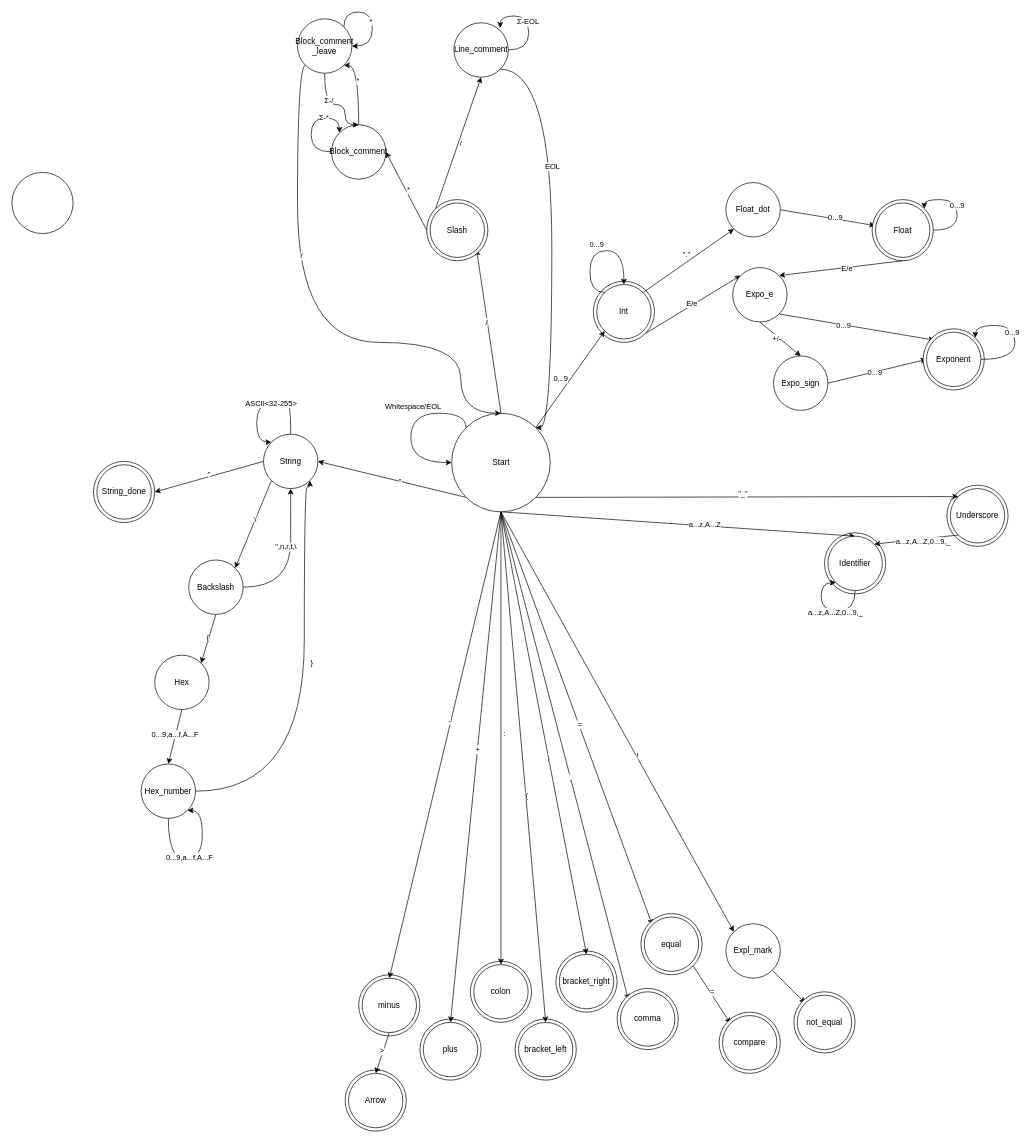
Before: scanner-FSM.drawio in suchnamemuchuser/ifj_own, a draw.io diagram. Source tidied: cells renumbered, new cells numbered last; positions are measured from the earlier drawing's top-left corner, leaving out a move shared by most shapes. Both pictures are drawn from the tidied source at 68%, with x=0, y=0 at pixel (12, 12).
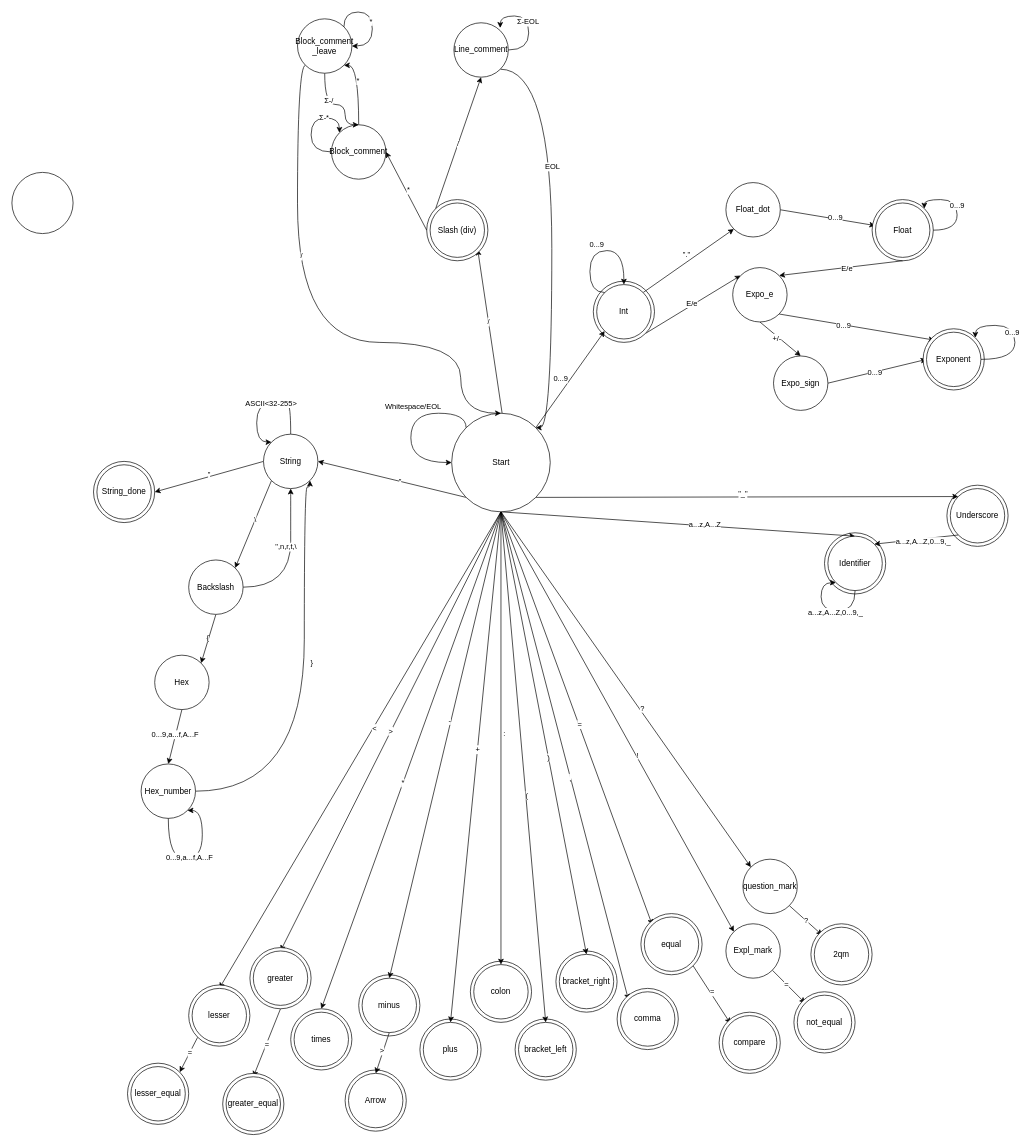
Above is the later version.

Unchanged cells that the change refers to:
```xml
<mxCell id="40" value="Start" style="ellipse;whiteSpace=wrap;html=1;" parent="1" vertex="1">
  <mxGeometry x="646.7" y="590.2" width="145" height="145" as="geometry" />
</mxCell>
<mxCell id="99" style="group;" parent="1" vertex="1">
  <mxGeometry x="610" y="276" width="90" height="90" as="geometry" />
</mxCell>
<mxCell id="105" style="rounded=0;jettySize=auto;html=1;exitX=0;exitY=0;exitDx=0;exitDy=0;entryX=0.5;entryY=1;entryDx=0;entryDy=0;" parent="1" edge="1" source="100" target="104">
  <mxGeometry relative="1" as="geometry" />
</mxCell>
<mxCell id="139" style="rounded=0;jettySize=auto;html=1;exitX=1;exitY=1;exitDx=0;exitDy=0;entryX=0;entryY=0;entryDx=0;entryDy=0;" parent="1" edge="1" source="140" target="142">
  <mxGeometry relative="1" as="geometry" />
</mxCell>
```

Change to the diagram source:
```diff
@@
-    <mxCell id="22" style="rounded=0;jettySize=auto;html=1;exitX=0.5;exitY=0;exitDx=0;exitDy=0;entryX=1;entryY=1;entryDx=0;entryDy=0;" parent="1" edge="1" source="40" target="101">
-      <mxGeometry relative="1" as="geometry" />
+    <mxCell id="22" style="rounded=0;orthogonalLoop=1;jettySize=auto;html=1;exitX=0.5;exitY=0;exitDx=0;exitDy=0;entryX=1;entryY=1;entryDx=0;entryDy=0;" parent="1" edge="1">
+      <mxGeometry relative="1" as="geometry">
+        <mxPoint x="720.9" y="590.2" as="sourcePoint" />
+        <mxPoint x="685" y="349.3" as="targetPoint" />
+      </mxGeometry>
     </mxCell>
     <mxCell id="23" value="/" style="edgeLabel;html=1;align=center;verticalAlign=middle;" parent="22" vertex="1">
-      <mxGeometry x="0.11" y="2" relative="1" as="geometry" />
+      <mxGeometry x="0.09" y="-1" relative="1" as="geometry">
+        <mxPoint x="-2" y="-3" as="offset" />
+      </mxGeometry>
     </mxCell>
@@
+    <mxCell id="143" style="rounded=0;jettySize=auto;html=1;exitX=0.5;exitY=1;exitDx=0;exitDy=0;entryX=0.5;entryY=0;entryDx=0;entryDy=0;" parent="1" edge="1" source="40" target="151">
+      <mxGeometry relative="1" as="geometry" />
+    </mxCell>
+    <mxCell id="144" value="*" style="edgeLabel;html=1;align=center;verticalAlign=middle;" parent="143" vertex="1">
+      <mxGeometry x="0.09" y="-1" relative="1" as="geometry" />
+    </mxCell>
+    <mxCell id="145" value="&amp;gt;" style="rounded=0;jettySize=auto;html=1;exitX=0.5;exitY=1;exitDx=0;exitDy=0;entryX=0.5;entryY=0;entryDx=0;entryDy=0;" parent="1" edge="1" source="40" target="156">
+      <mxGeometry relative="1" as="geometry" />
+    </mxCell>
+    <mxCell id="146" style="rounded=0;jettySize=auto;html=1;exitX=0.5;exitY=1;exitDx=0;exitDy=0;entryX=0.5;entryY=0;entryDx=0;entryDy=0;" parent="1" edge="1" source="40" target="160">
+      <mxGeometry relative="1" as="geometry" />
+    </mxCell>
+    <mxCell id="147" value="&amp;lt;" style="edgeLabel;html=1;align=center;verticalAlign=middle;" parent="146" vertex="1">
+      <mxGeometry x="-0.09" y="2" relative="1" as="geometry">
+        <mxPoint y="-1" as="offset" />
+      </mxGeometry>
+    </mxCell>
+    <mxCell id="148" style="rounded=0;jettySize=auto;html=1;exitX=0.5;exitY=1;exitDx=0;exitDy=0;entryX=0;entryY=0;entryDx=0;entryDy=0;" parent="1" edge="1" source="40" target="167">
+      <mxGeometry relative="1" as="geometry" />
+    </mxCell>
+    <mxCell id="149" value="?" style="edgeLabel;html=1;align=center;verticalAlign=middle;" parent="148" vertex="1">
+      <mxGeometry x="0.11" y="4" relative="1" as="geometry" />
+    </mxCell>
@@
-    <mxCell id="101" value="Slash" style="ellipse;whiteSpace=wrap;html=1;" parent="99" vertex="1">
+    <mxCell id="101" value="Slash (div)" style="ellipse;whiteSpace=wrap;html=1;" parent="99" vertex="1">
       <mxGeometry x="5" y="5" width="80" height="80" as="geometry" />
     </mxCell>
@@
     <mxCell id="106" value="/" style="edgeLabel;html=1;align=center;verticalAlign=middle;" parent="105" vertex="1">
       <mxGeometry x="0.03" y="-3" relative="1" as="geometry">
-        <mxPoint x="-1" y="3" as="offset" />
+        <mxPoint x="-5" y="3" as="offset" />
       </mxGeometry>
     </mxCell>
@@
+    <mxCell id="150" value="=" style="edgeLabel;html=1;align=center;verticalAlign=middle;" parent="139" vertex="1">
+      <mxGeometry x="-0.18" relative="1" as="geometry" />
+    </mxCell>
@@
+    <mxCell id="151" style="ellipse;whiteSpace=wrap;html=1;" parent="1" vertex="1">
+      <mxGeometry x="410" y="1466" width="90" height="90" as="geometry" />
+    </mxCell>
+    <mxCell id="152" value="times" style="ellipse;whiteSpace=wrap;html=1;" parent="1" vertex="1">
+      <mxGeometry x="415" y="1471" width="80" height="80" as="geometry" />
+    </mxCell>
+    <mxCell id="153" style="rounded=0;jettySize=auto;html=1;exitX=0.5;exitY=1;exitDx=0;exitDy=0;entryX=0.5;entryY=0;entryDx=0;entryDy=0;" parent="1" edge="1" source="155" target="162">
+      <mxGeometry relative="1" as="geometry" />
+    </mxCell>
+    <mxCell id="154" value="=" style="edgeLabel;html=1;align=center;verticalAlign=middle;" parent="153" vertex="1">
+      <mxGeometry x="0.04" y="1" relative="1" as="geometry">
+        <mxPoint x="-1" as="offset" />
+      </mxGeometry>
+    </mxCell>
+    <mxCell id="155" style="ellipse;whiteSpace=wrap;html=1;" parent="1" vertex="1">
+      <mxGeometry x="350" y="1376" width="90" height="90" as="geometry" />
+    </mxCell>
+    <mxCell id="156" value="greater" style="ellipse;whiteSpace=wrap;html=1;" parent="1" vertex="1">
+      <mxGeometry x="355" y="1381" width="80" height="80" as="geometry" />
+    </mxCell>
+    <mxCell id="157" style="rounded=0;jettySize=auto;html=1;exitX=0;exitY=1;exitDx=0;exitDy=0;entryX=1;entryY=0;entryDx=0;entryDy=0;" parent="1" edge="1" source="159" target="163">
+      <mxGeometry relative="1" as="geometry" />
+    </mxCell>
+    <mxCell id="158" value="=" style="edgeLabel;html=1;align=center;verticalAlign=middle;" parent="157" vertex="1">
+      <mxGeometry x="-0.12" relative="1" as="geometry" />
+    </mxCell>
+    <mxCell id="159" style="ellipse;whiteSpace=wrap;html=1;" parent="1" vertex="1">
+      <mxGeometry x="260" y="1431" width="90" height="90" as="geometry" />
+    </mxCell>
+    <mxCell id="160" value="lesser" style="ellipse;whiteSpace=wrap;html=1;" parent="1" vertex="1">
+      <mxGeometry x="265" y="1436" width="80" height="80" as="geometry" />
+    </mxCell>
+    <mxCell id="161" style="ellipse;whiteSpace=wrap;html=1;" parent="1" vertex="1">
+      <mxGeometry x="310" y="1561" width="90" height="90" as="geometry" />
+    </mxCell>
+    <mxCell id="162" value="greater_equal" style="ellipse;whiteSpace=wrap;html=1;" parent="1" vertex="1">
+      <mxGeometry x="315" y="1566" width="80" height="80" as="geometry" />
+    </mxCell>
+    <mxCell id="163" style="ellipse;whiteSpace=wrap;html=1;" parent="1" vertex="1">
+      <mxGeometry x="170" y="1546" width="90" height="90" as="geometry" />
+    </mxCell>
+    <mxCell id="164" value="lesser_equal" style="ellipse;whiteSpace=wrap;html=1;" parent="1" vertex="1">
+      <mxGeometry x="175" y="1551" width="80" height="80" as="geometry" />
+    </mxCell>
+    <mxCell id="165" style="rounded=0;jettySize=auto;html=1;exitX=1;exitY=1;exitDx=0;exitDy=0;entryX=0;entryY=0;entryDx=0;entryDy=0;" parent="1" edge="1" source="167" target="169">
+      <mxGeometry relative="1" as="geometry" />
+    </mxCell>
+    <mxCell id="166" value="?" style="edgeLabel;html=1;align=center;verticalAlign=middle;" parent="165" vertex="1">
+      <mxGeometry x="0.01" relative="1" as="geometry">
+        <mxPoint y="-1" as="offset" />
+      </mxGeometry>
+    </mxCell>
+    <mxCell id="167" value="question_mark" style="ellipse;whiteSpace=wrap;html=1;" parent="1" vertex="1">
+      <mxGeometry x="1075" y="1246" width="80" height="80" as="geometry" />
+    </mxCell>
+    <mxCell id="168" style="ellipse;whiteSpace=wrap;html=1;" parent="1" vertex="1">
+      <mxGeometry x="1175" y="1341" width="90" height="90" as="geometry" />
+    </mxCell>
+    <mxCell id="169" value="2qm" style="ellipse;whiteSpace=wrap;html=1;" parent="1" vertex="1">
+      <mxGeometry x="1180" y="1346" width="80" height="80" as="geometry" />
+    </mxCell>
```
